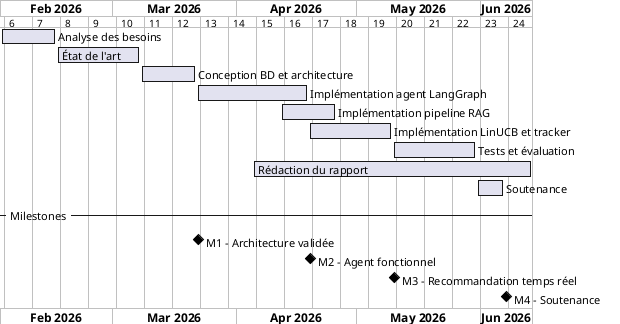
This is diagrams/fig_01_gantt.png from ahmed-addali/rapport, a PlantUML export, as it was before one commit.
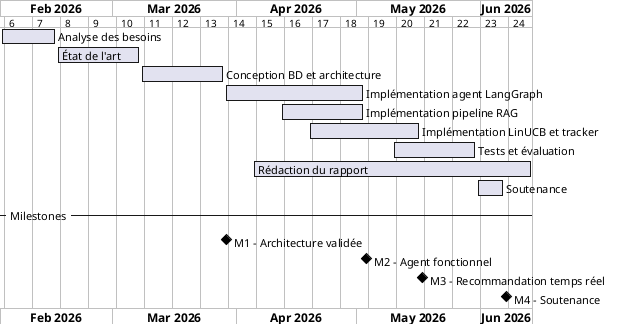
The same file after the commit.

Change to the diagram source:
```diff
@@ -5,20 +5,21 @@
 
 [Analyse des besoins] starts 2026-02-01 and lasts 2 weeks
 [État de l'art] starts 2026-02-15 and lasts 3 weeks
-[Conception BD et architecture] starts 2026-03-08 and lasts 2 weeks
+[Conception BD et architecture] starts 2026-03-08 and lasts 3 weeks
 
-[Implémentation agent LangGraph] starts 2026-03-22 and lasts 4 weeks
-[Implémentation pipeline RAG] starts 2026-04-12 and lasts 2 weeks
-[Implémentation LinUCB et tracker] starts 2026-04-19 and lasts 3 weeks
+[Implémentation agent LangGraph] starts 2026-03-29 and lasts 5 weeks
+
+[Implémentation pipeline RAG] starts 2026-04-12 and lasts 3 weeks
+[Implémentation LinUCB et tracker] starts 2026-04-19 and lasts 4 weeks
 
 [Tests et évaluation] starts 2026-05-10 and lasts 3 weeks
 [Rédaction du rapport] starts 2026-04-05 and lasts 10 weeks
 [Soutenance] starts 2026-05-31 and lasts 1 week
 
 -- Milestones --
-[M1 - Architecture validée] happens at 2026-03-22
-[M2 - Agent fonctionnel] happens at 2026-04-19
-[M3 - Recommandation temps réel] happens at 2026-05-10
+[M1 - Architecture validée] happens at 2026-03-29
+[M2 - Agent fonctionnel] happens at 2026-05-03
+[M3 - Recommandation temps réel] happens at 2026-05-17
 [M4 - Soutenance] happens at 2026-06-07
 
 @endgantt
```
